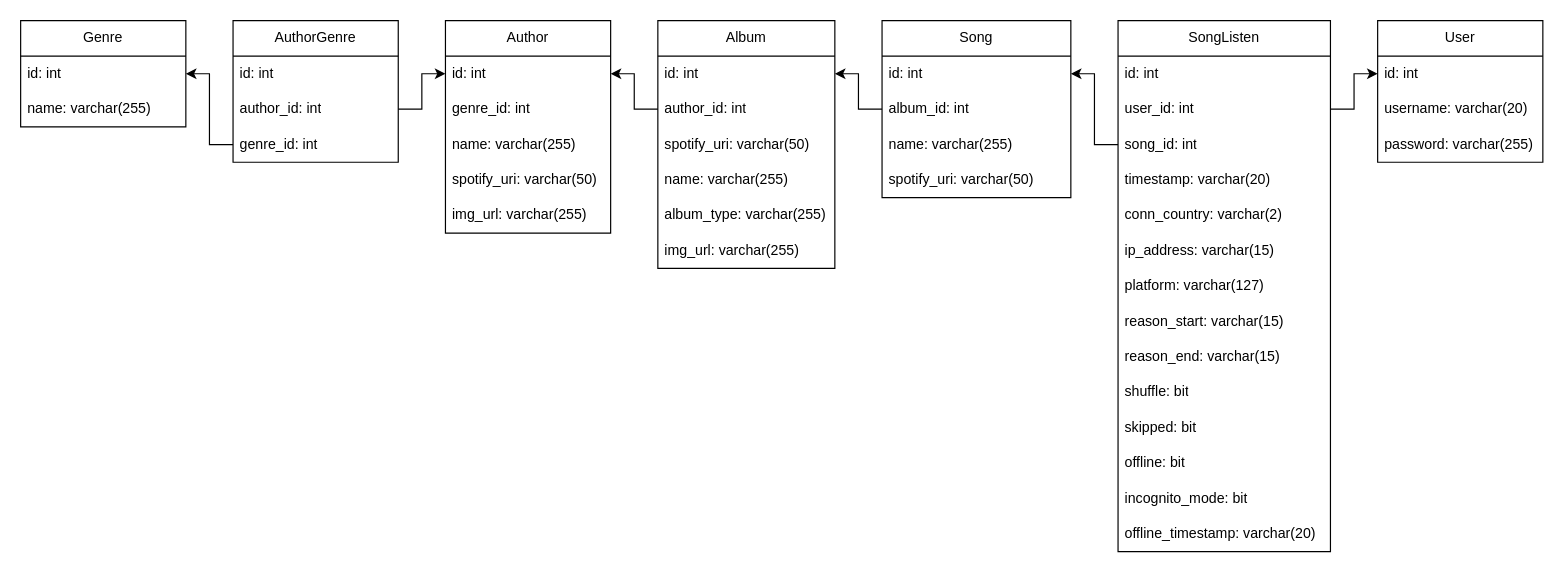
Above: drawio/datababe.drawio in Zancmok/AdvancedSpotifyDataAnalyzer (draw.io), before the change. Source tidied: cells renumbered, new cells numbered last; positions are measured from the earlier drawing's top-left corner, leaving out a move shared by most shapes. Both pictures are drawn from the tidied source at 118%, with x=0, y=0 at pixel (20, 20).
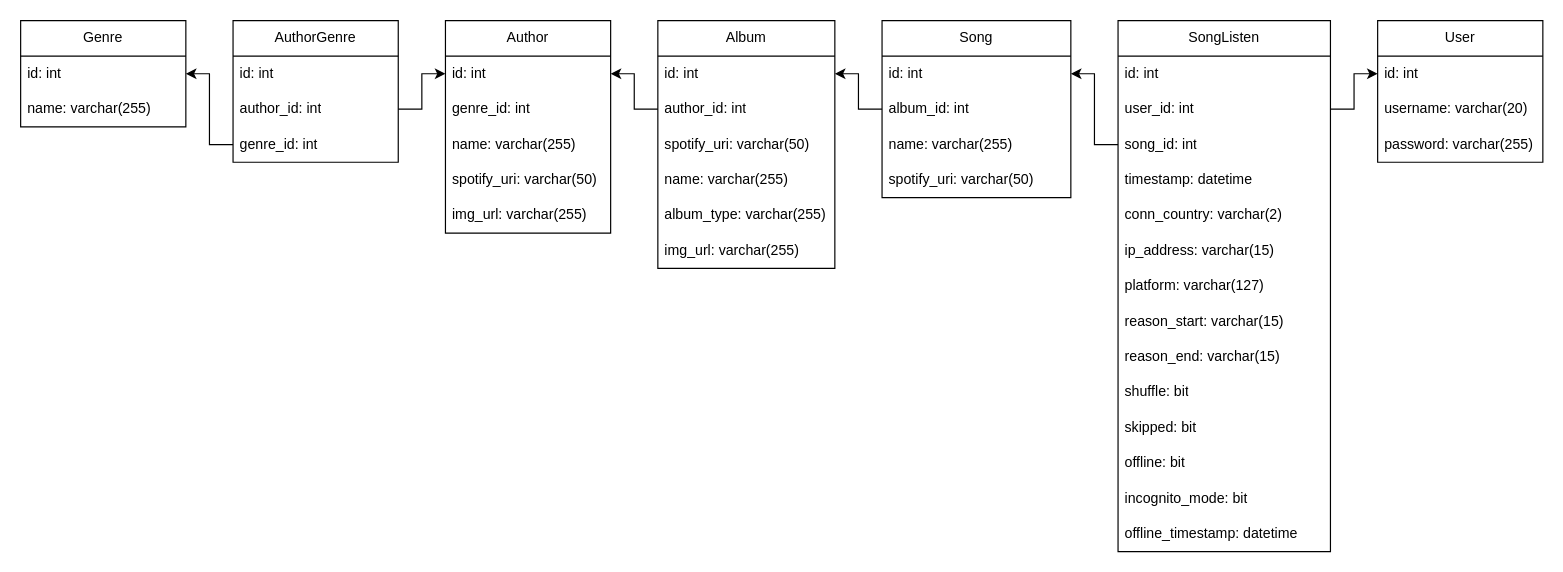
After the change.

The change refers to these unchanged cells:
```xml
<mxCell id="6" value="SongListen" style="swimlane;fontStyle=0;horizontal=1;startSize=30;whiteSpace=wrap;html=1;" parent="1" vertex="1">
  <mxGeometry x="930" width="180" height="450" as="geometry" />
</mxCell>
```

What changed in the source:
```diff
@@
-    <mxCell id="10" value="timestamp: varchar(20)" style="text;strokeColor=none;fillColor=none;align=left;verticalAlign=middle;spacingLeft=4;spacingRight=4;overflow=hidden;whiteSpace=wrap;html=1;" parent="6" vertex="1">
+    <mxCell id="10" value="timestamp: datetime" style="text;strokeColor=none;fillColor=none;align=left;verticalAlign=middle;spacingLeft=4;spacingRight=4;overflow=hidden;whiteSpace=wrap;html=1;" parent="6" vertex="1">
       <mxGeometry y="120" width="180" height="30" as="geometry" />
     </mxCell>
@@
-    <mxCell id="20" value="offline_timestamp: varchar(20)" style="text;strokeColor=none;fillColor=none;align=left;verticalAlign=middle;spacingLeft=4;spacingRight=4;overflow=hidden;whiteSpace=wrap;html=1;" parent="6" vertex="1">
+    <mxCell id="20" value="offline_timestamp: datetime" style="text;strokeColor=none;fillColor=none;align=left;verticalAlign=middle;spacingLeft=4;spacingRight=4;overflow=hidden;whiteSpace=wrap;html=1;" parent="6" vertex="1">
       <mxGeometry y="420" width="180" height="30" as="geometry" />
     </mxCell>
```
